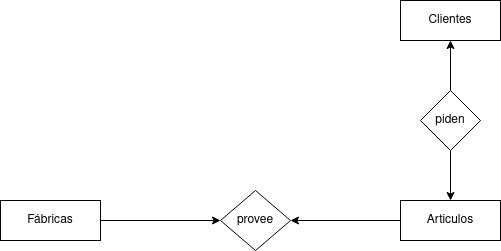
Above: Unidad-1/Tareas/Tarea-2/Tarea-2.drawio.png in CRhernandez1/base-datos (draw.io), before the change. Source tidied: cells renumbered, new cells last; positions are measured from the earlier drawing's top-left corner, leaving out a move shared by most shapes.
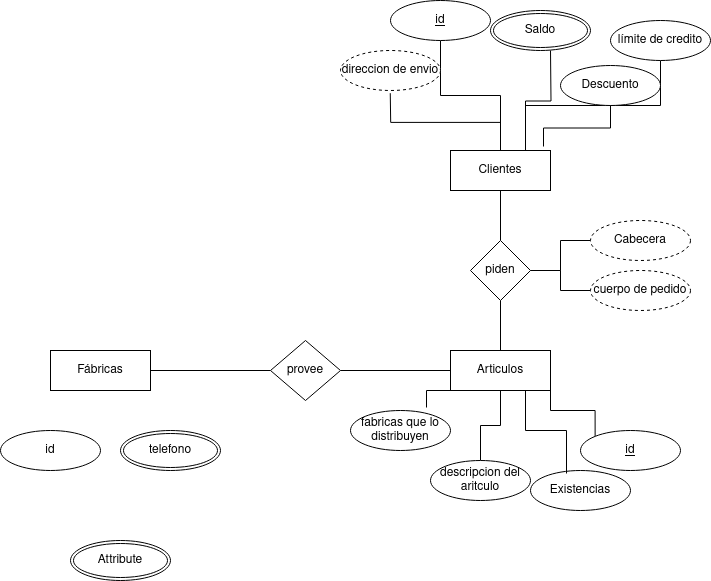
After the commit.

Change to the diagram source:
```diff
@@ -2,16 +2,27 @@
   <root>
     <mxCell id="0" />
     <mxCell id="1" parent="0" />
+    <mxCell id="11" style="edgeStyle=orthogonalEdgeStyle;rounded=0;jettySize=auto;html=1;exitX=0.5;exitY=0;exitDx=0;exitDy=0;entryX=1;entryY=1;entryDx=0;entryDy=0;endArrow=none;endFill=0;" parent="1" edge="1" source="2">
+      <mxGeometry relative="1" as="geometry">
+        <mxPoint x="339.7" y="-57.3" as="targetPoint" />
+      </mxGeometry>
+    </mxCell>
     <mxCell id="2" value="Clientes" style="whiteSpace=wrap;html=1;align=center;" parent="1" vertex="1">
       <mxGeometry x="400" width="100" height="40" as="geometry" />
     </mxCell>
-    <mxCell id="3" style="edgeStyle=orthogonalEdgeStyle;rounded=0;jettySize=auto;html=1;exitX=0;exitY=0.5;exitDx=0;exitDy=0;entryX=1;entryY=0.5;entryDx=0;entryDy=0;" parent="1" edge="1" source="4" target="7">
+    <mxCell id="3" style="edgeStyle=orthogonalEdgeStyle;rounded=0;jettySize=auto;html=1;exitX=0;exitY=0.5;exitDx=0;exitDy=0;entryX=1;entryY=0.5;entryDx=0;entryDy=0;fontStyle=1;endArrow=none;endFill=0;" parent="1" edge="1" source="4" target="7">
       <mxGeometry relative="1" as="geometry" />
     </mxCell>
+    <mxCell id="12" style="edgeStyle=orthogonalEdgeStyle;rounded=0;jettySize=auto;html=1;exitX=1;exitY=1;exitDx=0;exitDy=0;entryX=0;entryY=0;entryDx=0;entryDy=0;endArrow=none;endFill=0;" parent="1" edge="1" source="4" target="19">
+      <mxGeometry relative="1" as="geometry" />
+    </mxCell>
+    <mxCell id="13" style="edgeStyle=orthogonalEdgeStyle;rounded=0;jettySize=auto;html=1;exitX=0.5;exitY=1;exitDx=0;exitDy=0;entryX=0.5;entryY=0;entryDx=0;entryDy=0;endArrow=none;endFill=0;" parent="1" edge="1" source="4" target="29">
+      <mxGeometry relative="1" as="geometry" />
+    </mxCell>
     <mxCell id="4" value="Articulos" style="whiteSpace=wrap;html=1;align=center;" parent="1" vertex="1">
       <mxGeometry x="400" y="200" width="100" height="40" as="geometry" />
     </mxCell>
-    <mxCell id="5" style="edgeStyle=orthogonalEdgeStyle;rounded=0;jettySize=auto;html=1;exitX=1;exitY=0.5;exitDx=0;exitDy=0;entryX=0;entryY=0.5;entryDx=0;entryDy=0;" parent="1" edge="1" source="6" target="7">
+    <mxCell id="5" style="edgeStyle=orthogonalEdgeStyle;rounded=0;jettySize=auto;html=1;exitX=1;exitY=0.5;exitDx=0;exitDy=0;entryX=0;entryY=0.5;entryDx=0;entryDy=0;endArrow=none;endFill=0;" parent="1" edge="1" source="6" target="7">
       <mxGeometry relative="1" as="geometry" />
     </mxCell>
     <mxCell id="6" value="Fábricas" style="whiteSpace=wrap;html=1;align=center;" parent="1" vertex="1">
@@ -20,14 +31,82 @@
     <mxCell id="7" value="provee" style="shape=rhombus;perimeter=rhombusPerimeter;whiteSpace=wrap;html=1;align=center;" parent="1" vertex="1">
       <mxGeometry x="220" y="190" width="70" height="60" as="geometry" />
     </mxCell>
-    <mxCell id="8" style="edgeStyle=orthogonalEdgeStyle;rounded=0;jettySize=auto;html=1;exitX=0.5;exitY=0;exitDx=0;exitDy=0;entryX=0.5;entryY=1;entryDx=0;entryDy=0;" parent="1" edge="1" source="10" target="2">
+    <mxCell id="8" style="edgeStyle=orthogonalEdgeStyle;rounded=0;jettySize=auto;html=1;exitX=0.5;exitY=0;exitDx=0;exitDy=0;entryX=0.5;entryY=1;entryDx=0;entryDy=0;endArrow=none;endFill=0;" parent="1" edge="1" source="10" target="2">
       <mxGeometry relative="1" as="geometry" />
     </mxCell>
-    <mxCell id="9" style="edgeStyle=orthogonalEdgeStyle;rounded=0;jettySize=auto;html=1;exitX=0.5;exitY=1;exitDx=0;exitDy=0;entryX=0.5;entryY=0;entryDx=0;entryDy=0;" parent="1" edge="1" source="10" target="4">
+    <mxCell id="9" style="edgeStyle=orthogonalEdgeStyle;rounded=0;jettySize=auto;html=1;exitX=0.5;exitY=1;exitDx=0;exitDy=0;entryX=0.5;entryY=0;entryDx=0;entryDy=0;endArrow=none;endFill=0;" parent="1" edge="1" source="10" target="4">
       <mxGeometry relative="1" as="geometry" />
     </mxCell>
+    <mxCell id="14" style="edgeStyle=orthogonalEdgeStyle;rounded=0;jettySize=auto;html=1;exitX=1;exitY=0.5;exitDx=0;exitDy=0;entryX=0;entryY=0.5;entryDx=0;entryDy=0;endArrow=none;endFill=0;" parent="1" edge="1" source="10" target="20">
+      <mxGeometry relative="1" as="geometry" />
+    </mxCell>
+    <mxCell id="15" style="edgeStyle=orthogonalEdgeStyle;rounded=0;jettySize=auto;html=1;exitX=1;exitY=0.5;exitDx=0;exitDy=0;entryX=0;entryY=0.5;entryDx=0;entryDy=0;endArrow=none;endFill=0;" parent="1" edge="1" source="10" target="21">
+      <mxGeometry relative="1" as="geometry" />
+    </mxCell>
     <mxCell id="10" value="piden" style="shape=rhombus;perimeter=rhombusPerimeter;whiteSpace=wrap;html=1;align=center;" parent="1" vertex="1">
       <mxGeometry x="420" y="90" width="60" height="60" as="geometry" />
     </mxCell>
+    <mxCell id="16" style="edgeStyle=orthogonalEdgeStyle;rounded=0;jettySize=auto;html=1;exitX=0.5;exitY=1;exitDx=0;exitDy=0;entryX=0.5;entryY=0;entryDx=0;entryDy=0;endArrow=none;endFill=0;" parent="1" edge="1" source="17" target="2">
+      <mxGeometry relative="1" as="geometry" />
+    </mxCell>
+    <mxCell id="17" value="&lt;u&gt;id&lt;/u&gt;" style="ellipse;whiteSpace=wrap;html=1;align=center;" parent="1" vertex="1">
+      <mxGeometry x="340" y="-150" width="100" height="40" as="geometry" />
+    </mxCell>
+    <mxCell id="18" value="Attribute" style="ellipse;shape=doubleEllipse;margin=3;whiteSpace=wrap;html=1;align=center;" parent="1" vertex="1">
+      <mxGeometry x="20" y="390" width="100" height="40" as="geometry" />
+    </mxCell>
+    <mxCell id="19" value="&lt;u&gt;id&lt;/u&gt;" style="ellipse;whiteSpace=wrap;html=1;align=center;" parent="1" vertex="1">
+      <mxGeometry x="530" y="280" width="100" height="40" as="geometry" />
+    </mxCell>
+    <mxCell id="20" value="Cabecera" style="ellipse;whiteSpace=wrap;html=1;align=center;dashed=1;" parent="1" vertex="1">
+      <mxGeometry x="540" y="70" width="100" height="40" as="geometry" />
+    </mxCell>
+    <mxCell id="21" value="cuerpo de pedido" style="ellipse;whiteSpace=wrap;html=1;align=center;dashed=1;" parent="1" vertex="1">
+      <mxGeometry x="540" y="120" width="100" height="40" as="geometry" />
+    </mxCell>
+    <mxCell id="22" value="&lt;div&gt;id&lt;/div&gt;" style="ellipse;whiteSpace=wrap;html=1;align=center;" parent="1" vertex="1">
+      <mxGeometry x="-50" y="280" width="100" height="40" as="geometry" />
+    </mxCell>
+    <mxCell id="23" value="telefono" style="ellipse;shape=doubleEllipse;margin=3;whiteSpace=wrap;html=1;align=center;" parent="1" vertex="1">
+      <mxGeometry x="70" y="280" width="100" height="40" as="geometry" />
+    </mxCell>
+    <mxCell id="24" style="edgeStyle=orthogonalEdgeStyle;rounded=0;jettySize=auto;html=1;exitX=0.5;exitY=1;exitDx=0;exitDy=0;entryX=0.75;entryY=0;entryDx=0;entryDy=0;endArrow=none;endFill=0;" parent="1" edge="1" target="2">
+      <mxGeometry relative="1" as="geometry">
+        <mxPoint x="500" y="-100" as="sourcePoint" />
+      </mxGeometry>
+    </mxCell>
+    <mxCell id="25" style="edgeStyle=orthogonalEdgeStyle;rounded=0;jettySize=auto;html=1;exitX=0.5;exitY=1;exitDx=0;exitDy=0;entryX=0.75;entryY=0;entryDx=0;entryDy=0;endArrow=none;endFill=0;" parent="1" edge="1" source="26" target="2">
+      <mxGeometry relative="1" as="geometry" />
+    </mxCell>
+    <mxCell id="26" value="&lt;div&gt;límite de credito&lt;/div&gt;" style="ellipse;whiteSpace=wrap;html=1;align=center;" parent="1" vertex="1">
+      <mxGeometry x="560" y="-130" width="100" height="40" as="geometry" />
+    </mxCell>
+    <mxCell id="27" value="Descuento" style="ellipse;whiteSpace=wrap;html=1;align=center;" parent="1" vertex="1">
+      <mxGeometry x="510" y="-85" width="100" height="40" as="geometry" />
+    </mxCell>
+    <mxCell id="28" style="edgeStyle=orthogonalEdgeStyle;rounded=0;jettySize=auto;html=1;exitX=0.5;exitY=1;exitDx=0;exitDy=0;entryX=0.93;entryY=-0.1;entryDx=0;entryDy=0;entryPerimeter=0;endArrow=none;endFill=0;" parent="1" edge="1" source="27" target="2">
+      <mxGeometry relative="1" as="geometry" />
+    </mxCell>
+    <mxCell id="29" value="descripcion del aritculo" style="ellipse;whiteSpace=wrap;html=1;align=center;" parent="1" vertex="1">
+      <mxGeometry x="380" y="310" width="100" height="40" as="geometry" />
+    </mxCell>
+    <mxCell id="30" value="Existencias" style="ellipse;whiteSpace=wrap;html=1;align=center;" parent="1" vertex="1">
+      <mxGeometry x="480" y="320" width="100" height="40" as="geometry" />
+    </mxCell>
+    <mxCell id="31" style="edgeStyle=orthogonalEdgeStyle;rounded=0;jettySize=auto;html=1;exitX=0.75;exitY=1;exitDx=0;exitDy=0;entryX=0.36;entryY=0.075;entryDx=0;entryDy=0;entryPerimeter=0;endArrow=none;endFill=0;" parent="1" edge="1" source="4" target="30">
+      <mxGeometry relative="1" as="geometry" />
+    </mxCell>
+    <mxCell id="32" value="fabricas que lo distribuyen" style="ellipse;whiteSpace=wrap;html=1;align=center;" parent="1" vertex="1">
+      <mxGeometry x="300" y="260" width="100" height="40" as="geometry" />
+    </mxCell>
+    <mxCell id="33" style="edgeStyle=orthogonalEdgeStyle;rounded=0;jettySize=auto;html=1;exitX=0;exitY=1;exitDx=0;exitDy=0;entryX=0.76;entryY=-0.075;entryDx=0;entryDy=0;entryPerimeter=0;endArrow=none;endFill=0;" parent="1" edge="1" source="4" target="32">
+      <mxGeometry relative="1" as="geometry" />
+    </mxCell>
+    <mxCell id="34" value="Saldo" style="ellipse;shape=doubleEllipse;margin=3;whiteSpace=wrap;html=1;align=center;" parent="1" vertex="1">
+      <mxGeometry x="440" y="-140" width="100" height="40" as="geometry" />
+    </mxCell>
+    <mxCell id="35" value="direccion de envio" style="ellipse;whiteSpace=wrap;html=1;align=center;dashed=1;" parent="1" vertex="1">
+      <mxGeometry x="290" y="-100" width="100" height="40" as="geometry" />
+    </mxCell>
   </root>
 </mxGraphModel>
```
